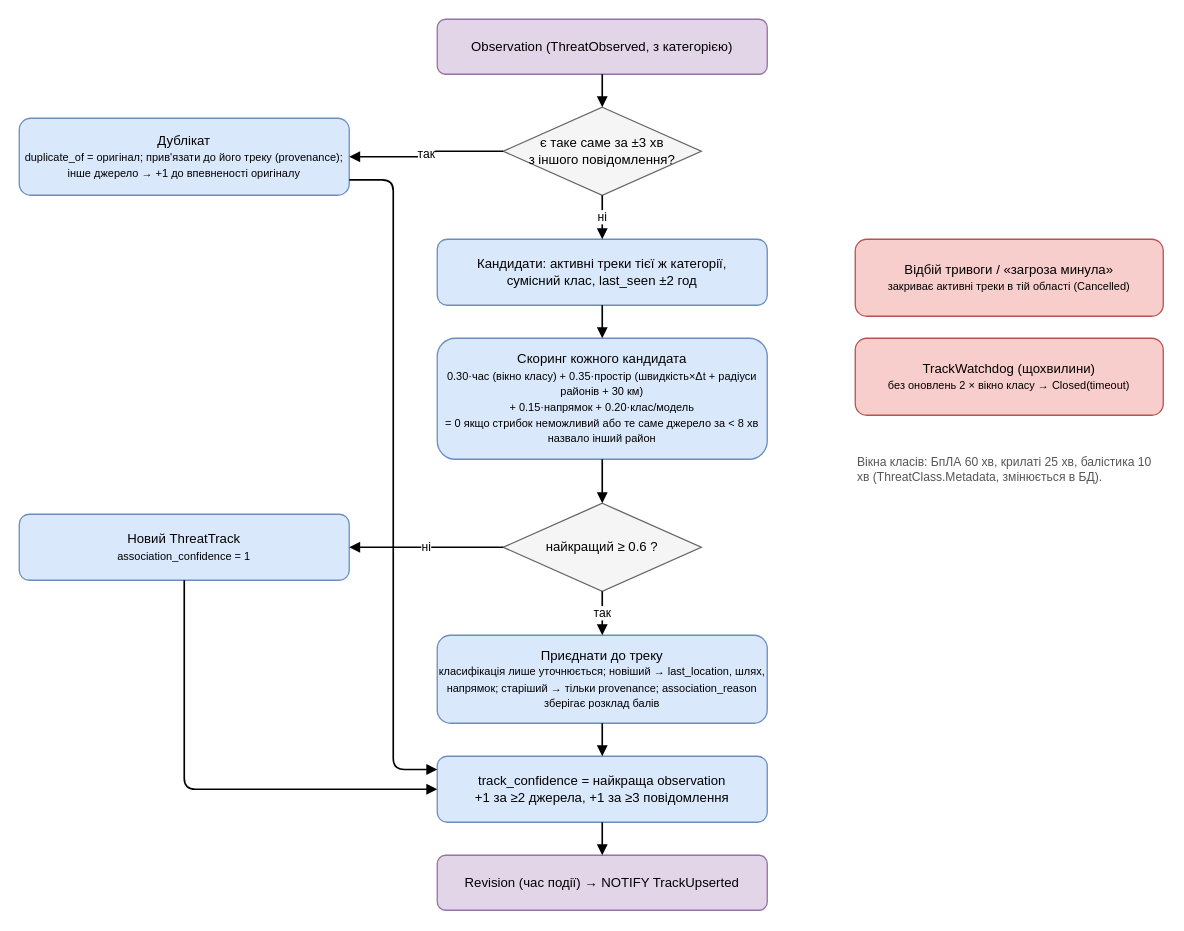
This is docs/diagrams/04-correlation.drawio from sql-monk/Puluj, a draw.io file, before an edit. Source tidied: cells renumbered, new cells numbered last; positions are measured from the earlier drawing's top-left corner, leaving out a move shared by most shapes. Both pictures are drawn from the tidied source at 110%, with x=0, y=0 at pixel (19, 19).
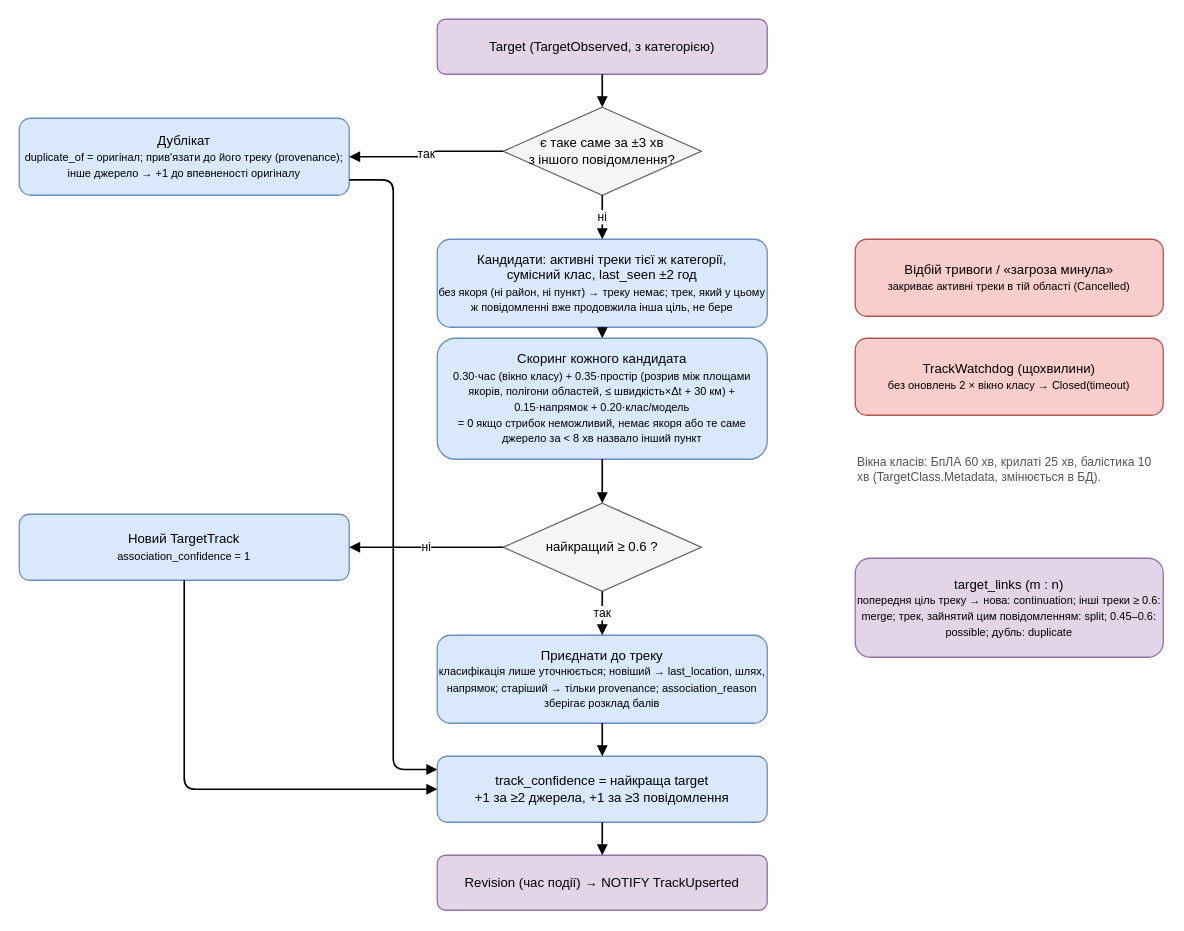
After the change.

Diff of the diagram source:
```diff
@@
-    <mxCell id="2" value="Observation (ThreatObserved, з категорією)" style="rounded=1;whiteSpace=wrap;html=1;fontSize=12;strokeWidth=1.2;fillColor=#e1d5e7;strokeColor=#9673a6;" parent="1" vertex="1">
+    <mxCell id="2" value="Target (TargetObserved, з категорією)" style="rounded=1;whiteSpace=wrap;html=1;fontSize=12;strokeWidth=1.2;fillColor=#e1d5e7;strokeColor=#9673a6;" parent="1" vertex="1">
       <mxGeometry x="380" width="300" height="50" as="geometry" />
     </mxCell>
@@
-    <mxCell id="5" value="Кандидати: активні треки тієї ж категорії,&lt;br&gt;сумісний клас, last_seen ±2 год" style="rounded=1;whiteSpace=wrap;html=1;fontSize=12;strokeWidth=1.2;fillColor=#dae8fc;strokeColor=#6c8ebf;" parent="1" vertex="1">
-      <mxGeometry x="380" y="200" width="300" height="60" as="geometry" />
+    <mxCell id="5" value="Кандидати: активні треки тієї ж категорії,&lt;br&gt;сумісний клас, last_seen ±2 год&lt;br&gt;&lt;font style='font-size:10px'&gt;без якоря (ні район, ні пункт) → треку немає; трек, який у цьому ж повідомленні вже продовжила інша ціль, не бере&lt;/font&gt;" style="rounded=1;whiteSpace=wrap;html=1;fontSize=12;strokeWidth=1.2;fillColor=#dae8fc;strokeColor=#6c8ebf;" parent="1" vertex="1">
+      <mxGeometry x="380" y="200" width="300" height="80" as="geometry" />
     </mxCell>
-    <mxCell id="6" value="Скоринг кожного кандидата&lt;br&gt;&lt;font style='font-size:10px'&gt;0.30·час (вікно класу) + 0.35·простір (швидкість×Δt + радіуси районів + 30 км)&lt;br&gt;+ 0.15·напрямок + 0.20·клас/модель&lt;br&gt;= 0 якщо стрибок неможливий або те саме джерело за &amp;lt; 8 хв назвало інший район&lt;/font&gt;" style="rounded=1;whiteSpace=wrap;html=1;fontSize=12;strokeWidth=1.2;fillColor=#dae8fc;strokeColor=#6c8ebf;" parent="1" vertex="1">
+    <mxCell id="6" value="Скоринг кожного кандидата&lt;br&gt;&lt;font style='font-size:10px'&gt;0.30·час (вікно класу) + 0.35·простір (розрив між площами якорів, полігони областей, ≤ швидкість×Δt + 30 км) + 0.15·напрямок + 0.20·клас/модель&lt;br&gt;= 0 якщо стрибок неможливий, немає якоря або те саме джерело за &amp;lt; 8 хв назвало інший пункт&lt;/font&gt;" style="rounded=1;whiteSpace=wrap;html=1;fontSize=12;strokeWidth=1.2;fillColor=#dae8fc;strokeColor=#6c8ebf;" parent="1" vertex="1">
       <mxGeometry x="380" y="290" width="300" height="110" as="geometry" />
     </mxCell>
@@
-    <mxCell id="8" value="Новий ThreatTrack&lt;br&gt;&lt;font style='font-size:10px'&gt;association_confidence = 1&lt;/font&gt;" style="rounded=1;whiteSpace=wrap;html=1;fontSize=12;strokeWidth=1.2;fillColor=#dae8fc;strokeColor=#6c8ebf;" parent="1" vertex="1">
+    <mxCell id="8" value="Новий TargetTrack&lt;br&gt;&lt;font style='font-size:10px'&gt;association_confidence = 1&lt;/font&gt;" style="rounded=1;whiteSpace=wrap;html=1;fontSize=12;strokeWidth=1.2;fillColor=#dae8fc;strokeColor=#6c8ebf;" parent="1" vertex="1">
       <mxGeometry y="450" width="300" height="60" as="geometry" />
     </mxCell>
@@
-    <mxCell id="10" value="track_confidence = найкраща observation&lt;br&gt;+1 за ≥2 джерела, +1 за ≥3 повідомлення" style="rounded=1;whiteSpace=wrap;html=1;fontSize=12;strokeWidth=1.2;fillColor=#dae8fc;strokeColor=#6c8ebf;" parent="1" vertex="1">
+    <mxCell id="10" value="track_confidence = найкраща target&lt;br&gt;+1 за ≥2 джерела, +1 за ≥3 повідомлення" style="rounded=1;whiteSpace=wrap;html=1;fontSize=12;strokeWidth=1.2;fillColor=#dae8fc;strokeColor=#6c8ebf;" parent="1" vertex="1">
       <mxGeometry x="380" y="670" width="300" height="60" as="geometry" />
     </mxCell>
@@
+    <mxCell id="26" value="target_links (m : n)&lt;br&gt;&lt;font style='font-size:10px'&gt;попередня ціль треку → нова: continuation; інші треки ≥ 0.6: merge; трек, зайнятий цим повідомленням: split; 0.45–0.6: possible; дубль: duplicate&lt;/font&gt;" style="rounded=1;whiteSpace=wrap;html=1;fontSize=12;strokeWidth=1.2;fillColor=#e1d5e7;strokeColor=#9673a6;" parent="1" vertex="1">
+      <mxGeometry x="760" y="490" width="280" height="90" as="geometry" />
+    </mxCell>
@@
-    <mxCell id="14" value="Вікна класів: БпЛА 60 хв, крилаті 25 хв, балістика 10 хв (ThreatClass.Metadata, змінюється в БД)." style="text;html=1;align=left;verticalAlign=top;whiteSpace=wrap;fontSize=11;fontColor=#555555;" parent="1" vertex="1">
+    <mxCell id="14" value="Вікна класів: БпЛА 60 хв, крилаті 25 хв, балістика 10 хв (TargetClass.Metadata, змінюється в БД)." style="text;html=1;align=left;verticalAlign=top;whiteSpace=wrap;fontSize=11;fontColor=#555555;" parent="1" vertex="1">
       <mxGeometry x="760" y="390" width="280" height="80" as="geometry" />
     </mxCell>
```
